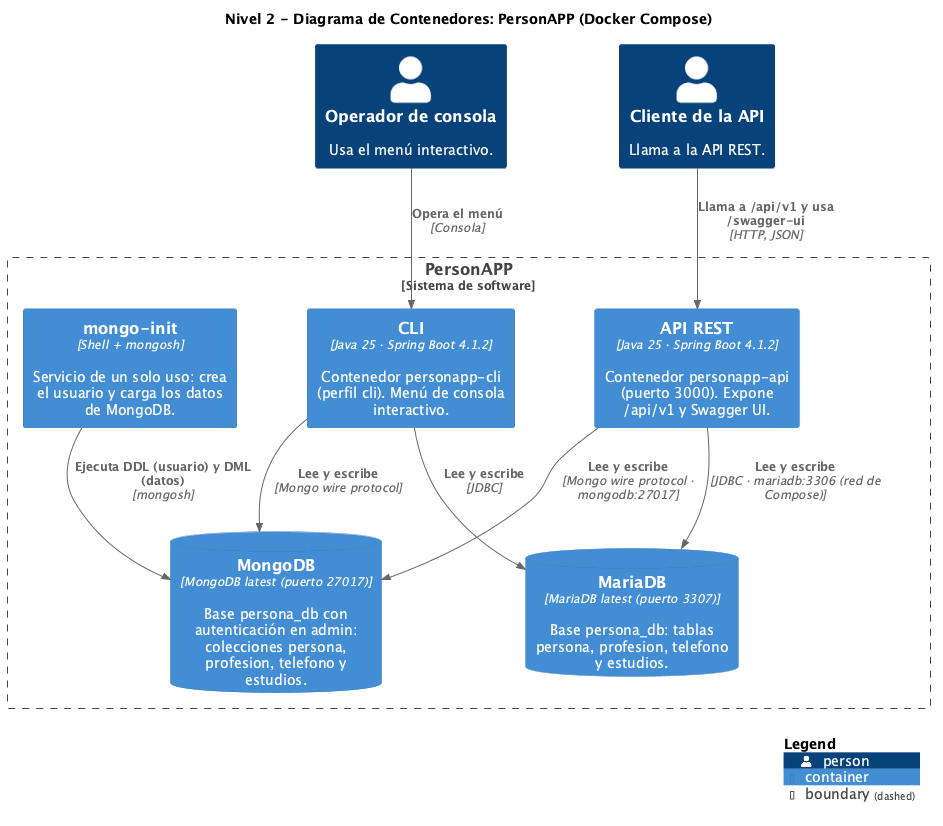
Above: docs/diagramas/03_contenedores.png in andres-karoll/personapp-hexa-spring-boot (PlantUML), before the change. Its diagram source:
```plantuml
@startuml 03_contenedores
!include https://raw.githubusercontent.com/plantuml-stdlib/C4-PlantUML/v2.10.0/C4_Container.puml
LAYOUT_TOP_DOWN()
hide stereotype
title Nivel 2 - Diagrama de Contenedores: PersonAPP (Docker Compose)

Person(operador, "Operador de consola", "Usa el menú interactivo.")
Person(cliente, "Cliente de la API", "Llama a la API REST.")

Boundary(sistema, "PersonAPP", "Sistema de software") {
  Container(api, "API REST", "Java 25 · Spring Boot 4.1.2", "Contenedor personapp-api (puerto 3000). Expone /api/v1 y Swagger UI.")
  Container(cli, "CLI", "Java 25 · Spring Boot 4.1.2", "Contenedor personapp-cli (perfil cli). Menú de consola interactivo.")
  ContainerDb(maria, "MariaDB", "MariaDB latest (puerto 3307)", "Base persona_db: tablas persona, profesion, telefono y estudios.")
  ContainerDb(mongo, "MongoDB", "MongoDB latest (puerto 27017)", "Base persona_db con autenticación en admin: colecciones persona, profesion, telefono y estudios.")
  Container(init, "mongo-init", "Shell + mongosh", "Servicio de un solo uso: crea el usuario y carga los datos de MongoDB.")
}

Rel(cliente, api, "Llama a /api/v1 y usa /swagger-ui", "HTTP, JSON")
Rel(operador, cli, "Opera el menú", "Consola")
Rel(api, maria, "Lee y escribe", "JDBC · mariadb:3306 (red de Compose)")
Rel(api, mongo, "Lee y escribe", "Mongo wire protocol · mongodb:27017")
Rel(cli, maria, "Lee y escribe", "JDBC")
Rel(cli, mongo, "Lee y escribe", "Mongo wire protocol")
Rel(init, mongo, "Ejecuta DDL (usuario) y DML (datos)", "mongosh")

SHOW_LEGEND()
@enduml
```
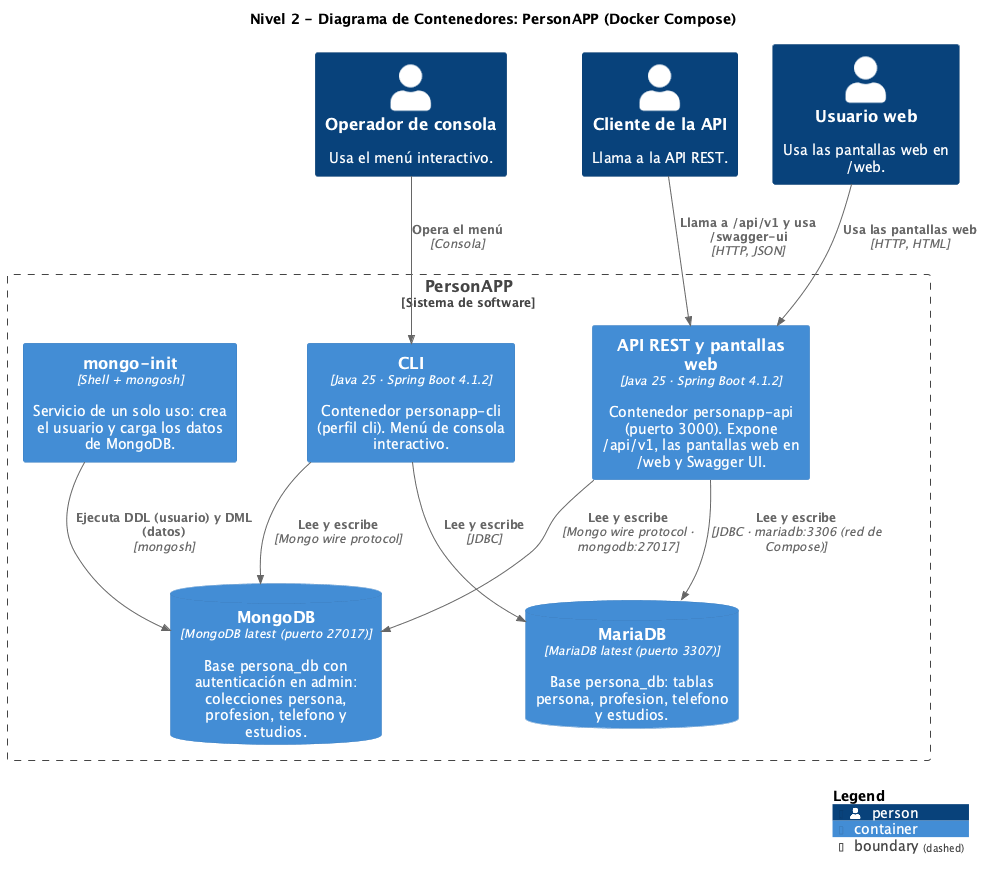
The same file after the commit.

Diff of the diagram source:
```diff
@@ -5,16 +5,18 @@
 title Nivel 2 - Diagrama de Contenedores: PersonAPP (Docker Compose)
 
 Person(operador, "Operador de consola", "Usa el menú interactivo.")
+Person(usuarioWeb, "Usuario web", "Usa las pantallas web en /web.")
 Person(cliente, "Cliente de la API", "Llama a la API REST.")
 
 Boundary(sistema, "PersonAPP", "Sistema de software") {
-  Container(api, "API REST", "Java 25 · Spring Boot 4.1.2", "Contenedor personapp-api (puerto 3000). Expone /api/v1 y Swagger UI.")
+  Container(api, "API REST y pantallas web", "Java 25 · Spring Boot 4.1.2", "Contenedor personapp-api (puerto 3000). Expone /api/v1, las pantallas web en /web y Swagger UI.")
   Container(cli, "CLI", "Java 25 · Spring Boot 4.1.2", "Contenedor personapp-cli (perfil cli). Menú de consola interactivo.")
   ContainerDb(maria, "MariaDB", "MariaDB latest (puerto 3307)", "Base persona_db: tablas persona, profesion, telefono y estudios.")
   ContainerDb(mongo, "MongoDB", "MongoDB latest (puerto 27017)", "Base persona_db con autenticación en admin: colecciones persona, profesion, telefono y estudios.")
   Container(init, "mongo-init", "Shell + mongosh", "Servicio de un solo uso: crea el usuario y carga los datos de MongoDB.")
 }
 
+Rel(usuarioWeb, api, "Usa las pantallas web", "HTTP, HTML")
 Rel(cliente, api, "Llama a /api/v1 y usa /swagger-ui", "HTTP, JSON")
 Rel(operador, cli, "Opera el menú", "Consola")
 Rel(api, maria, "Lee y escribe", "JDBC · mariadb:3306 (red de Compose)")
```
